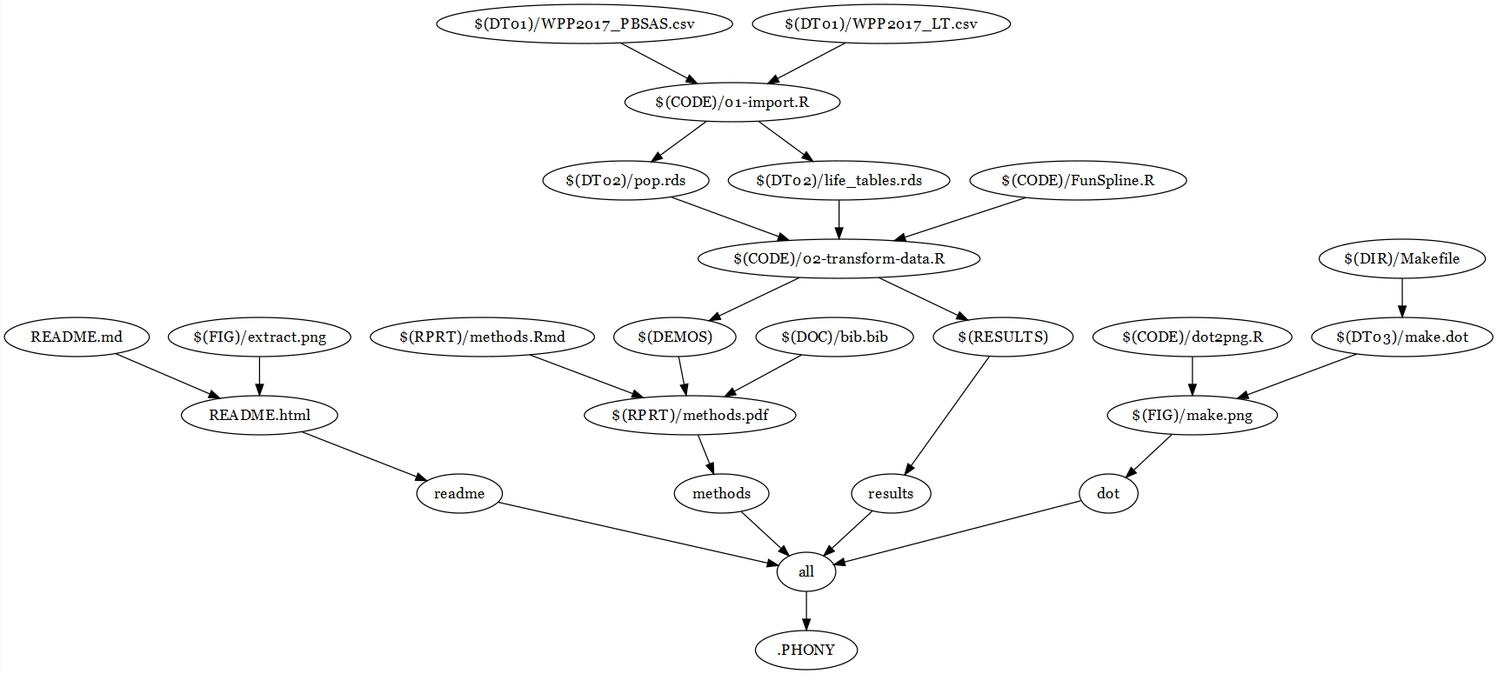
Above: figures/make.png in majazaloznik/ProspectiveAgeData (Graphviz), before the change. Its source is kept beside it as data/03_processed/make.dot.
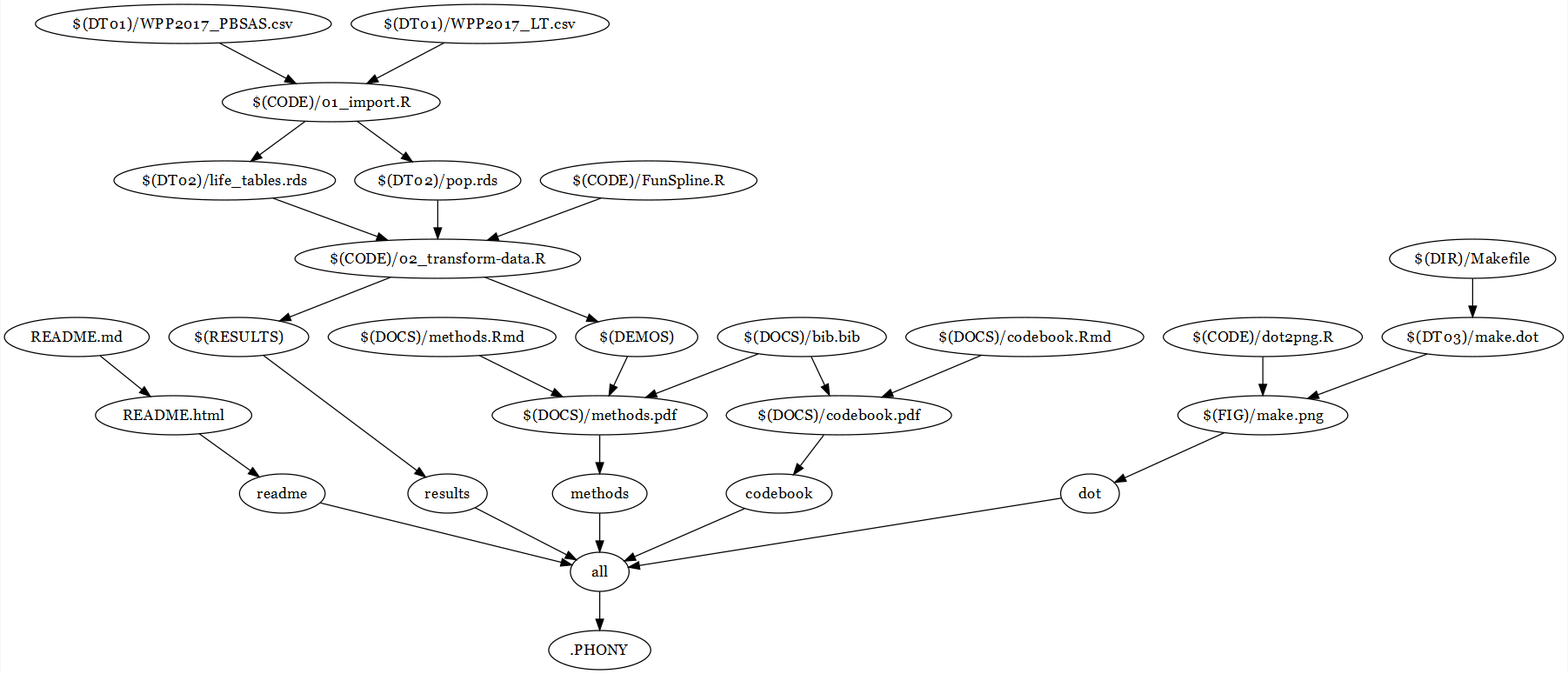
After the change.

What changed in the source:
```diff
@@ -7,6 +7,7 @@
 	"methods" -> "all"
 	"dot" -> "all"
 	"results" -> "all"
+	"codebook" -> "all"
 	"results"
 	"$(RESULTS)" -> "results"
 	"dot"
@@ -20,28 +21,32 @@
 	"README.html" -> "readme"
 	"README.html"
 	"README.md" -> "README.html"
-	"$(FIG)/extract.png" -> "README.html"
 	"methods"
-	"$(RPRT)/methods.pdf" -> "methods"
-	"$(RPRT)/methods.pdf"
-	"$(RPRT)/methods.Rmd" -> "$(RPRT)/methods.pdf"
-	"$(DEMOS)" -> "$(RPRT)/methods.pdf"
-	"$(DOC)/bib.bib" -> "$(RPRT)/methods.pdf"
+	"$(DOCS)/methods.pdf" -> "methods"
+	"$(DOCS)/methods.pdf"
+	"$(DOCS)/methods.Rmd" -> "$(DOCS)/methods.pdf"
+	"$(DEMOS)" -> "$(DOCS)/methods.pdf"
+	"$(DOCS)/bib.bib" -> "$(DOCS)/methods.pdf"
+	"codebook"
+	"$(DOCS)/codebook.pdf" -> "codebook"
+	"$(DOCS)/codebook.pdf"
+	"$(DOCS)/codebook.Rmd" -> "$(DOCS)/codebook.pdf"
+	"$(DOCS)/bib.bib" -> "$(DOCS)/codebook.pdf"
 	"$(RESULTS)"
-	"$(CODE)/02-transform-data.R" -> "$(RESULTS)"
+	"$(CODE)/02_transform-data.R" -> "$(RESULTS)"
 	"$(DEMOS)"
-	"$(CODE)/02-transform-data.R" -> "$(DEMOS)"
-	"$(CODE)/02-transform-data.R"
-	"$(DT02)/pop.rds" -> "$(CODE)/02-transform-data.R"
-	"$(DT02)/life_tables.rds" -> "$(CODE)/02-transform-data.R"
-	"$(CODE)/FunSpline.R" -> "$(CODE)/02-transform-data.R"
+	"$(CODE)/02_transform-data.R" -> "$(DEMOS)"
+	"$(CODE)/02_transform-data.R"
+	"$(DT02)/pop.rds" -> "$(CODE)/02_transform-data.R"
+	"$(DT02)/life_tables.rds" -> "$(CODE)/02_transform-data.R"
+	"$(CODE)/FunSpline.R" -> "$(CODE)/02_transform-data.R"
 	"$(DT02)/pop.rds"
-	"$(CODE)/01-import.R" -> "$(DT02)/pop.rds"
+	"$(CODE)/01_import.R" -> "$(DT02)/pop.rds"
 	"$(DT02)/life_tables.rds"
-	"$(CODE)/01-import.R" -> "$(DT02)/life_tables.rds"
-	"$(CODE)/01-import.R"
-	"$(DT01)/WPP2017_PBSAS.csv" -> "$(CODE)/01-import.R"
-	"$(DT01)/WPP2017_LT.csv" -> "$(CODE)/01-import.R"
+	"$(CODE)/01_import.R" -> "$(DT02)/life_tables.rds"
+	"$(CODE)/01_import.R"
+	"$(DT01)/WPP2017_PBSAS.csv" -> "$(CODE)/01_import.R"
+	"$(DT01)/WPP2017_LT.csv" -> "$(CODE)/01_import.R"
 	"$(DT01)/WPP2017_PBSAS.csv"
 	"$(DT01)/WPP2017_LT.csv"
 }
```
